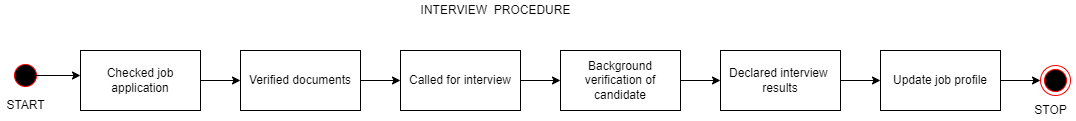
sneha-2000/ust-prograd-training keeps this draw.io diagram as DAY-9/src/QUESTION NUMBER -1/State Transition Diagram.drawio.png. Above is the earlier version. Source tidied: cells renumbered, new cells last; positions are measured from the earlier drawing's top-left corner, leaving out a move shared by most shapes. The source it was exported from:
```xml
<mxGraphModel>
  <root>
    <mxCell id="0" />
    <mxCell id="1" parent="0" />
    <mxCell id="2" style="ellipse;html=1;shape=startState;fillColor=#000000;strokeColor=#ff0000;" parent="1" vertex="1">
      <mxGeometry x="10" y="60" width="30" height="30" as="geometry" />
    </mxCell>
    <mxCell id="3" style="endArrow=classic;html=1;rounded=0;" parent="1" edge="1">
      <mxGeometry relative="1" as="geometry">
        <mxPoint x="25" y="75" as="sourcePoint" />
        <mxPoint x="80" y="75" as="targetPoint" />
      </mxGeometry>
    </mxCell>
    <mxCell id="4" value="Checked job application" style="rounded=0;whiteSpace=wrap;html=1;" parent="1" vertex="1">
      <mxGeometry x="80" y="50" width="120" height="60" as="geometry" />
    </mxCell>
    <mxCell id="5" value="INTERVIEW&amp;nbsp; PROCEDURE" style="text;html=1;align=center;verticalAlign=middle;strokeColor=none;fillColor=none;" parent="1" vertex="1">
      <mxGeometry x="410" width="170" height="20" as="geometry" />
    </mxCell>
    <mxCell id="6" style="endArrow=classic;html=1;rounded=0;exitX=1;exitY=0.5;exitDx=0;exitDy=0;" parent="1" edge="1" source="4">
      <mxGeometry relative="1" as="geometry">
        <mxPoint x="240" y="80" as="targetPoint" />
      </mxGeometry>
    </mxCell>
    <mxCell id="7" value="Verified documents" style="rounded=0;whiteSpace=wrap;html=1;" parent="1" vertex="1">
      <mxGeometry x="240" y="50" width="120" height="60" as="geometry" />
    </mxCell>
    <mxCell id="8" value="Called for interview" style="rounded=0;whiteSpace=wrap;html=1;" parent="1" vertex="1">
      <mxGeometry x="400" y="50" width="120" height="60" as="geometry" />
    </mxCell>
    <mxCell id="9" style="endArrow=classic;html=1;rounded=0;exitX=1;exitY=0.5;exitDx=0;exitDy=0;" parent="1" edge="1" source="7">
      <mxGeometry relative="1" as="geometry">
        <mxPoint x="400" y="80" as="targetPoint" />
      </mxGeometry>
    </mxCell>
    <mxCell id="10" style="endArrow=classic;html=1;rounded=0;exitX=1;exitY=0.5;exitDx=0;exitDy=0;" parent="1" edge="1" source="8">
      <mxGeometry relative="1" as="geometry">
        <mxPoint x="560" y="80" as="targetPoint" />
        <Array as="points">
          <mxPoint x="560" y="80" />
        </Array>
      </mxGeometry>
    </mxCell>
    <mxCell id="11" value="Background verification of candidate" style="rounded=0;whiteSpace=wrap;html=1;" parent="1" vertex="1">
      <mxGeometry x="560" y="50" width="120" height="60" as="geometry" />
    </mxCell>
    <mxCell id="12" style="endArrow=classic;html=1;rounded=0;exitX=1;exitY=0.5;exitDx=0;exitDy=0;" parent="1" edge="1" source="11">
      <mxGeometry relative="1" as="geometry">
        <mxPoint x="720" y="80" as="targetPoint" />
      </mxGeometry>
    </mxCell>
    <mxCell id="13" value="Declared interview&amp;nbsp;&lt;br&gt;results" style="rounded=0;whiteSpace=wrap;html=1;" parent="1" vertex="1">
      <mxGeometry x="720" y="50" width="120" height="60" as="geometry" />
    </mxCell>
    <mxCell id="14" style="endArrow=classic;html=1;rounded=0;" parent="1" edge="1">
      <mxGeometry relative="1" as="geometry">
        <mxPoint x="840" y="80" as="sourcePoint" />
        <mxPoint x="880" y="80" as="targetPoint" />
      </mxGeometry>
    </mxCell>
    <mxCell id="15" value="Update job profile" style="rounded=0;whiteSpace=wrap;html=1;" parent="1" vertex="1">
      <mxGeometry x="880" y="50" width="120" height="60" as="geometry" />
    </mxCell>
    <mxCell id="16" style="endArrow=classic;html=1;rounded=0;exitX=1;exitY=0.5;exitDx=0;exitDy=0;" parent="1" edge="1" source="15">
      <mxGeometry relative="1" as="geometry">
        <mxPoint x="1040" y="80" as="targetPoint" />
      </mxGeometry>
    </mxCell>
    <mxCell id="17" style="ellipse;html=1;shape=endState;fillColor=#000000;strokeColor=#ff0000;" parent="1" vertex="1">
      <mxGeometry x="1040" y="65" width="30" height="30" as="geometry" />
    </mxCell>
    <mxCell id="18" value="START" style="text;html=1;align=center;verticalAlign=middle;strokeColor=none;fillColor=none;" parent="1" vertex="1">
      <mxGeometry y="95" width="50" height="20" as="geometry" />
    </mxCell>
    <mxCell id="19" value="STOP" style="text;html=1;align=center;verticalAlign=middle;strokeColor=none;fillColor=none;" parent="1" vertex="1">
      <mxGeometry x="1025" y="100" width="50" height="20" as="geometry" />
    </mxCell>
  </root>
</mxGraphModel>
```
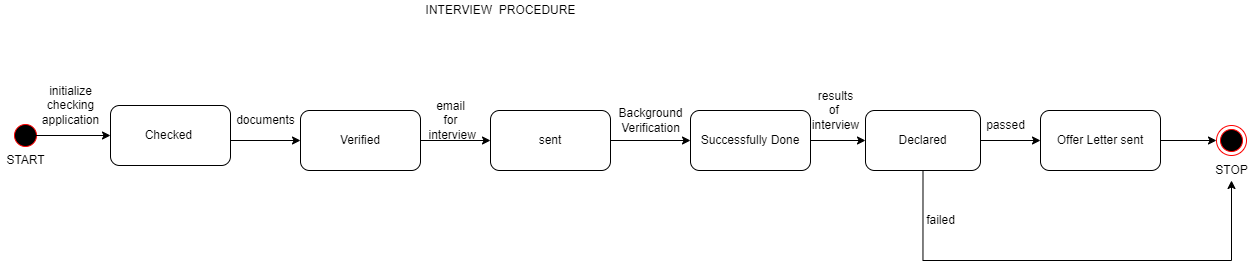
After the commit.

What changed in the source:
```diff
@@ -3,77 +3,95 @@
     <mxCell id="0" />
     <mxCell id="1" parent="0" />
     <mxCell id="2" style="ellipse;html=1;shape=startState;fillColor=#000000;strokeColor=#ff0000;" parent="1" vertex="1">
-      <mxGeometry x="10" y="60" width="30" height="30" as="geometry" />
+      <mxGeometry x="-20" y="60" width="30" height="30" as="geometry" />
     </mxCell>
     <mxCell id="3" style="endArrow=classic;html=1;rounded=0;" parent="1" edge="1">
       <mxGeometry relative="1" as="geometry">
-        <mxPoint x="25" y="75" as="sourcePoint" />
+        <mxPoint x="-5" y="75" as="sourcePoint" />
         <mxPoint x="80" y="75" as="targetPoint" />
       </mxGeometry>
     </mxCell>
-    <mxCell id="4" value="Checked job application" style="rounded=0;whiteSpace=wrap;html=1;" parent="1" vertex="1">
-      <mxGeometry x="80" y="50" width="120" height="60" as="geometry" />
-    </mxCell>
     <mxCell id="5" value="INTERVIEW&amp;nbsp; PROCEDURE" style="text;html=1;align=center;verticalAlign=middle;strokeColor=none;fillColor=none;" parent="1" vertex="1">
-      <mxGeometry x="410" width="170" height="20" as="geometry" />
+      <mxGeometry x="385" y="-60" width="170" height="20" as="geometry" />
     </mxCell>
-    <mxCell id="6" style="endArrow=classic;html=1;rounded=0;exitX=1;exitY=0.5;exitDx=0;exitDy=0;" parent="1" edge="1" source="4">
+    <mxCell id="6" style="endArrow=classic;html=1;rounded=0;entryX=0;entryY=0.5;entryDx=0;entryDy=0;" parent="1" edge="1" target="24">
       <mxGeometry relative="1" as="geometry">
-        <mxPoint x="240" y="80" as="targetPoint" />
+        <mxPoint x="200" y="80" as="sourcePoint" />
       </mxGeometry>
     </mxCell>
-    <mxCell id="7" value="Verified documents" style="rounded=0;whiteSpace=wrap;html=1;" parent="1" vertex="1">
-      <mxGeometry x="240" y="50" width="120" height="60" as="geometry" />
-    </mxCell>
-    <mxCell id="8" value="Called for interview" style="rounded=0;whiteSpace=wrap;html=1;" parent="1" vertex="1">
-      <mxGeometry x="400" y="50" width="120" height="60" as="geometry" />
-    </mxCell>
-    <mxCell id="9" style="endArrow=classic;html=1;rounded=0;exitX=1;exitY=0.5;exitDx=0;exitDy=0;" parent="1" edge="1" source="7">
-      <mxGeometry relative="1" as="geometry">
-        <mxPoint x="400" y="80" as="targetPoint" />
-      </mxGeometry>
-    </mxCell>
-    <mxCell id="10" style="endArrow=classic;html=1;rounded=0;exitX=1;exitY=0.5;exitDx=0;exitDy=0;" parent="1" edge="1" source="8">
-      <mxGeometry relative="1" as="geometry">
-        <mxPoint x="560" y="80" as="targetPoint" />
-        <Array as="points">
-          <mxPoint x="560" y="80" />
-        </Array>
-      </mxGeometry>
-    </mxCell>
-    <mxCell id="11" value="Background verification of candidate" style="rounded=0;whiteSpace=wrap;html=1;" parent="1" vertex="1">
-      <mxGeometry x="560" y="50" width="120" height="60" as="geometry" />
-    </mxCell>
-    <mxCell id="12" style="endArrow=classic;html=1;rounded=0;exitX=1;exitY=0.5;exitDx=0;exitDy=0;" parent="1" edge="1" source="11">
-      <mxGeometry relative="1" as="geometry">
-        <mxPoint x="720" y="80" as="targetPoint" />
-      </mxGeometry>
-    </mxCell>
-    <mxCell id="13" value="Declared interview&amp;nbsp;&lt;br&gt;results" style="rounded=0;whiteSpace=wrap;html=1;" parent="1" vertex="1">
-      <mxGeometry x="720" y="50" width="120" height="60" as="geometry" />
-    </mxCell>
-    <mxCell id="14" style="endArrow=classic;html=1;rounded=0;" parent="1" edge="1">
-      <mxGeometry relative="1" as="geometry">
-        <mxPoint x="840" y="80" as="sourcePoint" />
-        <mxPoint x="880" y="80" as="targetPoint" />
-      </mxGeometry>
-    </mxCell>
-    <mxCell id="15" value="Update job profile" style="rounded=0;whiteSpace=wrap;html=1;" parent="1" vertex="1">
-      <mxGeometry x="880" y="50" width="120" height="60" as="geometry" />
-    </mxCell>
-    <mxCell id="16" style="endArrow=classic;html=1;rounded=0;exitX=1;exitY=0.5;exitDx=0;exitDy=0;" parent="1" edge="1" source="15">
-      <mxGeometry relative="1" as="geometry">
-        <mxPoint x="1040" y="80" as="targetPoint" />
-      </mxGeometry>
-    </mxCell>
     <mxCell id="17" style="ellipse;html=1;shape=endState;fillColor=#000000;strokeColor=#ff0000;" parent="1" vertex="1">
-      <mxGeometry x="1040" y="65" width="30" height="30" as="geometry" />
+      <mxGeometry x="1186" y="65" width="30" height="30" as="geometry" />
     </mxCell>
     <mxCell id="18" value="START" style="text;html=1;align=center;verticalAlign=middle;strokeColor=none;fillColor=none;" parent="1" vertex="1">
-      <mxGeometry y="95" width="50" height="20" as="geometry" />
+      <mxGeometry x="-30" y="90" width="50" height="20" as="geometry" />
     </mxCell>
     <mxCell id="19" value="STOP" style="text;html=1;align=center;verticalAlign=middle;strokeColor=none;fillColor=none;" parent="1" vertex="1">
-      <mxGeometry x="1025" y="100" width="50" height="20" as="geometry" />
+      <mxGeometry x="1176" y="100" width="50" height="20" as="geometry" />
     </mxCell>
+    <mxCell id="20" value="initialize&lt;br&gt;checking&lt;br&gt;application" style="text;html=1;align=center;verticalAlign=middle;strokeColor=none;fillColor=none;" parent="1" vertex="1">
+      <mxGeometry x="5" y="20" width="70" height="50" as="geometry" />
+    </mxCell>
+    <mxCell id="21" value="documents" style="text;html=1;align=center;verticalAlign=middle;strokeColor=none;fillColor=none;" parent="1" vertex="1">
+      <mxGeometry x="200" y="50" width="70" height="20" as="geometry" />
+    </mxCell>
+    <mxCell id="22" value="&lt;span&gt;Checked&amp;nbsp;&lt;/span&gt;" style="rounded=1;whiteSpace=wrap;html=1;" parent="1" vertex="1">
+      <mxGeometry x="80" y="45" width="120" height="60" as="geometry" />
+    </mxCell>
+    <mxCell id="23" style="edgeStyle=orthogonalEdgeStyle;rounded=0;jettySize=auto;html=1;exitX=1;exitY=0.5;exitDx=0;exitDy=0;entryX=0;entryY=0.5;entryDx=0;entryDy=0;" parent="1" edge="1" source="24" target="26">
+      <mxGeometry relative="1" as="geometry" />
+    </mxCell>
+    <mxCell id="24" value="Verified" style="rounded=1;whiteSpace=wrap;html=1;" parent="1" vertex="1">
+      <mxGeometry x="270" y="50" width="120" height="60" as="geometry" />
+    </mxCell>
+    <mxCell id="25" style="edgeStyle=orthogonalEdgeStyle;rounded=0;jettySize=auto;html=1;exitX=1;exitY=0.5;exitDx=0;exitDy=0;" parent="1" edge="1" source="26">
+      <mxGeometry relative="1" as="geometry">
+        <mxPoint x="660" y="80" as="targetPoint" />
+      </mxGeometry>
+    </mxCell>
+    <mxCell id="26" value="sent" style="rounded=1;whiteSpace=wrap;html=1;" parent="1" vertex="1">
+      <mxGeometry x="460" y="50" width="120" height="60" as="geometry" />
+    </mxCell>
+    <mxCell id="27" value="email&lt;br&gt;for&lt;br&gt;&amp;nbsp;interview" style="text;html=1;align=center;verticalAlign=middle;strokeColor=none;fillColor=none;" parent="1" vertex="1">
+      <mxGeometry x="385" y="35" width="70" height="50" as="geometry" />
+    </mxCell>
+    <mxCell id="28" value="Background&lt;br&gt;Verification" style="text;html=1;align=center;verticalAlign=middle;strokeColor=none;fillColor=none;" parent="1" vertex="1">
+      <mxGeometry x="580" y="45" width="80" height="30" as="geometry" />
+    </mxCell>
+    <mxCell id="29" style="edgeStyle=orthogonalEdgeStyle;rounded=0;jettySize=auto;html=1;exitX=1;exitY=0.5;exitDx=0;exitDy=0;entryX=0;entryY=0.5;entryDx=0;entryDy=0;" parent="1" edge="1" source="30" target="34">
+      <mxGeometry relative="1" as="geometry" />
+    </mxCell>
+    <mxCell id="30" value="Successfully Done" style="rounded=1;whiteSpace=wrap;html=1;" parent="1" vertex="1">
+      <mxGeometry x="660" y="50" width="120" height="60" as="geometry" />
+    </mxCell>
+    <mxCell id="31" value="results&lt;br&gt;of &lt;br&gt;interview" style="text;html=1;align=center;verticalAlign=middle;strokeColor=none;fillColor=none;" parent="1" vertex="1">
+      <mxGeometry x="775" y="25" width="60" height="50" as="geometry" />
+    </mxCell>
+    <mxCell id="32" style="edgeStyle=orthogonalEdgeStyle;rounded=0;jettySize=auto;html=1;exitX=1;exitY=0.5;exitDx=0;exitDy=0;entryX=0;entryY=0.5;entryDx=0;entryDy=0;" parent="1" edge="1" source="34" target="36">
+      <mxGeometry relative="1" as="geometry" />
+    </mxCell>
+    <mxCell id="33" style="edgeStyle=orthogonalEdgeStyle;rounded=0;jettySize=auto;html=1;exitX=0.5;exitY=1;exitDx=0;exitDy=0;" parent="1" edge="1" source="34">
+      <mxGeometry relative="1" as="geometry">
+        <mxPoint x="1201" y="120" as="targetPoint" />
+        <Array as="points">
+          <mxPoint x="893" y="200" />
+          <mxPoint x="1201" y="200" />
+        </Array>
+      </mxGeometry>
+    </mxCell>
+    <mxCell id="34" value="Declared" style="rounded=1;whiteSpace=wrap;html=1;" parent="1" vertex="1">
+      <mxGeometry x="835" y="50" width="115" height="60" as="geometry" />
+    </mxCell>
+    <mxCell id="35" style="edgeStyle=orthogonalEdgeStyle;rounded=0;jettySize=auto;html=1;exitX=1;exitY=0.5;exitDx=0;exitDy=0;entryX=0;entryY=0.5;entryDx=0;entryDy=0;" parent="1" edge="1" source="36" target="17">
+      <mxGeometry relative="1" as="geometry" />
+    </mxCell>
+    <mxCell id="36" value="Offer Letter sent" style="rounded=1;whiteSpace=wrap;html=1;" parent="1" vertex="1">
+      <mxGeometry x="1010" y="50" width="120" height="60" as="geometry" />
+    </mxCell>
+    <mxCell id="37" value="passed" style="text;html=1;align=center;verticalAlign=middle;strokeColor=none;fillColor=none;" parent="1" vertex="1">
+      <mxGeometry x="950" y="55" width="50" height="20" as="geometry" />
+    </mxCell>
+    <mxCell id="38" value="failed" style="text;html=1;align=center;verticalAlign=middle;strokeColor=none;fillColor=none;" parent="1" vertex="1">
+      <mxGeometry x="890" y="150" width="40" height="20" as="geometry" />
+    </mxCell>
   </root>
 </mxGraphModel>
```
